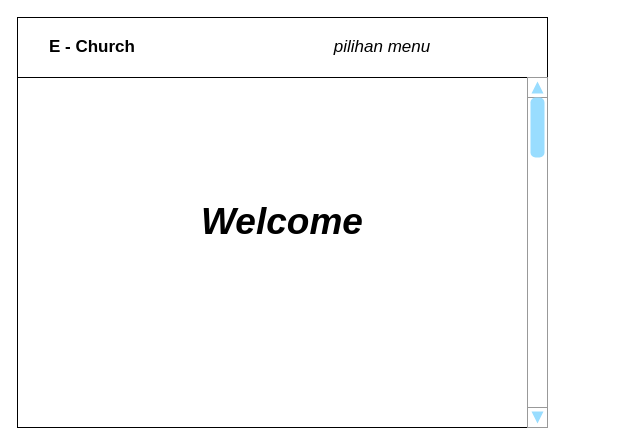
Above: page "Page-1" (1 of 10) of Wireframe.drawio in Raymond-15/requirements (draw.io), before the change. Source tidied: cells renumbered, new cells numbered last; positions are measured from the earlier drawing's top-left corner, leaving out a move shared by most shapes. Both pictures are drawn from the tidied source at 100%, with x=0, y=0 at pixel (17, 17).
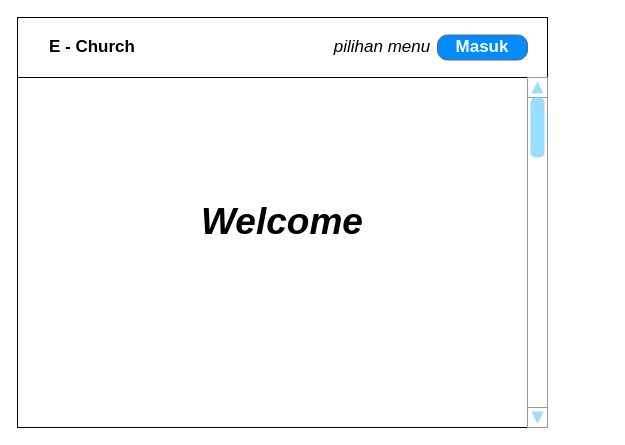
Above is the later version.

What changed in the source:
```diff
@@
 <mxGraphModel>
   <root>
     <mxCell id="0" />
     <mxCell id="1" parent="0" />
     <mxCell id="2" style="rounded=0;whiteSpace=wrap;html=1;" parent="1" vertex="1">
       <mxGeometry width="530" height="410" as="geometry" />
     </mxCell>
     <mxCell id="3" value="&lt;font style=&quot;font-size: 37px;&quot;&gt;Welcome&lt;/font&gt;" style="text;html=1;strokeColor=none;fillColor=none;align=center;verticalAlign=middle;whiteSpace=wrap;rounded=0;fontSize=17;fontStyle=3;" parent="1" vertex="1">
       <mxGeometry x="235" y="190" width="60" height="30" as="geometry" />
     </mxCell>
     <mxCell id="4" style="group;" parent="1" vertex="1">
-      <mxGeometry width="530" height="60" as="geometry" />
+      <mxGeometry width="590" height="60" as="geometry" />
     </mxCell>
     <mxCell id="5" style="group;" parent="4" vertex="1">
-      <mxGeometry width="530" height="60" as="geometry" />
+      <mxGeometry width="590" height="60" as="geometry" />
     </mxCell>
     <mxCell id="6" style="rounded=0;whiteSpace=wrap;html=1;" parent="5" vertex="1">
       <mxGeometry width="530" height="60" as="geometry" />
     </mxCell>
     <mxCell id="7" value="E - Church" style="text;html=1;strokeColor=none;fillColor=none;align=center;verticalAlign=middle;whiteSpace=wrap;rounded=0;fontSize=17;fontStyle=1;" parent="5" vertex="1">
       <mxGeometry x="30" width="90" height="60" as="geometry" />
     </mxCell>
     <mxCell id="8" value="pilihan menu" style="text;html=1;strokeColor=none;fillColor=none;align=center;verticalAlign=middle;whiteSpace=wrap;rounded=0;fontSize=17;fontStyle=2;" parent="5" vertex="1">
       <mxGeometry x="290" y="15" width="150" height="30" as="geometry" />
     </mxCell>
+    <mxCell id="10" value="Masuk" style="strokeWidth=1;shadow=0;dashed=0;align=center;html=1;shape=mxgraph.mockup.buttons.button;strokeColor=#666666;fontColor=#ffffff;mainText=;buttonStyle=round;fontSize=17;fontStyle=1;fillColor=#008cff;whiteSpace=wrap;sketch=0;" parent="5" vertex="1">
+      <mxGeometry x="420" y="17.5" width="90" height="25" as="geometry" />
+    </mxCell>
     <mxCell id="9" style="verticalLabelPosition=bottom;shadow=0;dashed=0;align=center;html=1;verticalAlign=top;strokeWidth=1;shape=mxgraph.mockup.navigation.scrollBar;strokeColor=#999999;barPos=100;fillColor2=#99ddff;strokeColor2=none;direction=north;sketch=0;fontSize=37;" parent="1" vertex="1">
       <mxGeometry x="510" y="60" width="20" height="350" as="geometry" />
     </mxCell>
   </root>
 </mxGraphModel>
```
